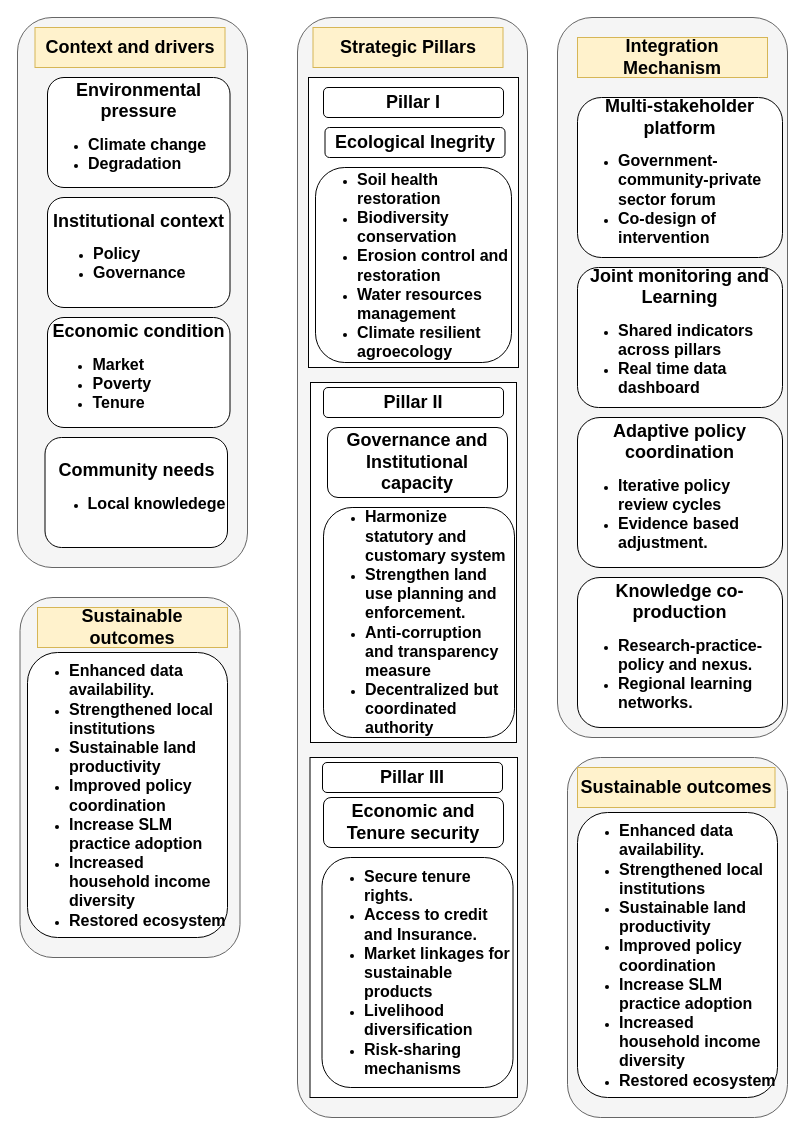
Above: comprehensiveflow.drawio in yemioke/PRISMA2020 (draw.io), before the change. Source tidied: cells renumbered, new cells numbered last; positions are measured from the earlier drawing's top-left corner, leaving out a move shared by most shapes. Both pictures are drawn from the tidied source at 100%, with x=0, y=0 at pixel (17, 17).
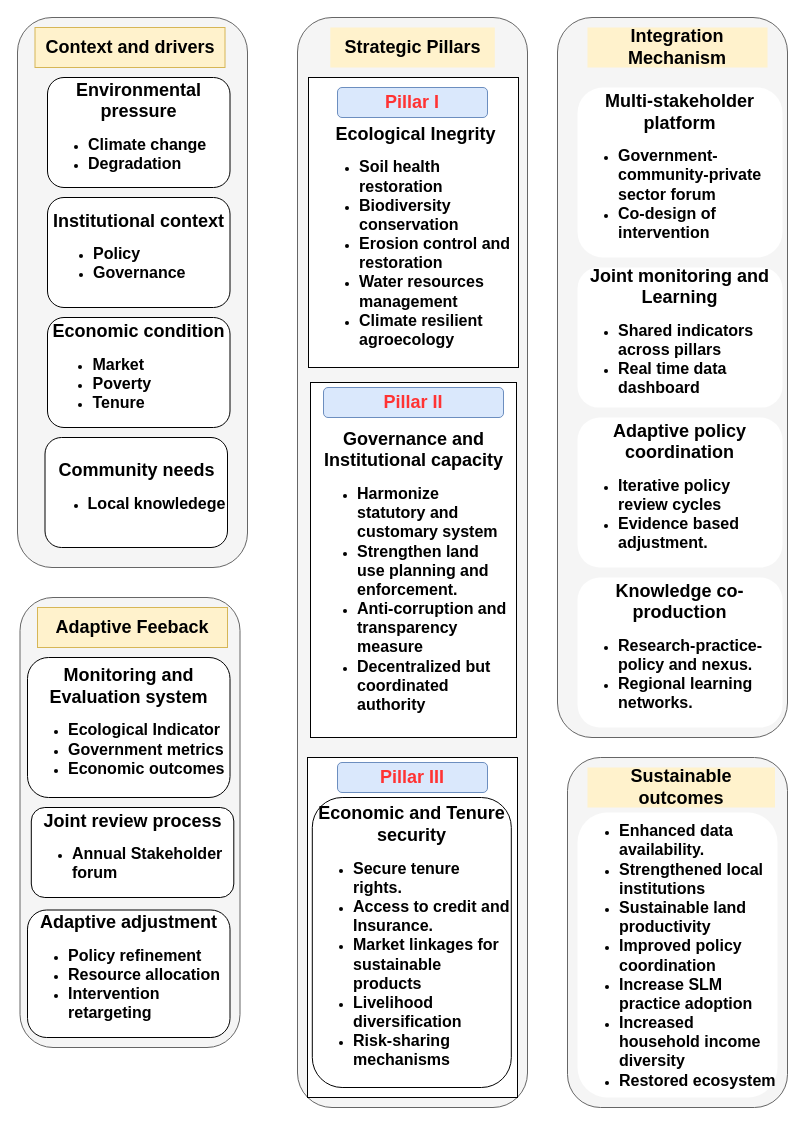
The same diagram, later.

What changed in the source:
```diff
@@
     <mxCell id="3" style="rounded=1;whiteSpace=wrap;html=1;fillColor=#f5f5f5;fontColor=#333333;strokeColor=#666666;" parent="1" vertex="1">
-      <mxGeometry x="280" width="230" height="1100" as="geometry" />
+      <mxGeometry x="280" width="230" height="1090" as="geometry" />
     </mxCell>
@@
-    <mxCell id="6" value="&lt;font style=&quot;font-size: 18px;&quot;&gt;&lt;b&gt;Strategic Pillars&lt;/b&gt;&lt;/font&gt;" style="rounded=0;whiteSpace=wrap;html=1;fillColor=#fff2cc;strokeColor=#d6b656;" parent="1" vertex="1">
-      <mxGeometry x="295.5" y="10" width="190" height="40" as="geometry" />
+    <mxCell id="6" value="&lt;font style=&quot;font-size: 18px;&quot;&gt;&lt;b&gt;Strategic Pillars&lt;/b&gt;&lt;/font&gt;" style="rounded=0;whiteSpace=wrap;html=1;fillColor=#fff2cc;strokeColor=none;" parent="1" vertex="1">
+      <mxGeometry x="312.8" y="10" width="164.5" height="40" as="geometry" />
     </mxCell>
@@
-    <mxCell id="8" value="&lt;font style=&quot;font-size: 18px;&quot;&gt;&lt;b style=&quot;&quot;&gt;Ecological Inegrity&lt;/b&gt;&lt;/font&gt;" style="rounded=1;whiteSpace=wrap;html=1;" parent="1" vertex="1">
-      <mxGeometry x="307.5" y="110" width="180" height="30" as="geometry" />
-    </mxCell>
-    <mxCell id="9" value="&lt;ul&gt;&lt;li&gt;&lt;font style=&quot;font-size: 16px;&quot;&gt;&lt;b&gt;Soil health restoration&lt;/b&gt;&lt;/font&gt;&lt;/li&gt;&lt;li&gt;&lt;font style=&quot;font-size: 16px;&quot;&gt;&lt;b&gt;Biodiversity conservation&lt;/b&gt;&lt;/font&gt;&lt;/li&gt;&lt;li&gt;&lt;font style=&quot;font-size: 16px;&quot;&gt;&lt;b&gt;Erosion control and restoration&lt;/b&gt;&lt;/font&gt;&lt;/li&gt;&lt;li&gt;&lt;font style=&quot;font-size: 16px;&quot;&gt;&lt;b&gt;Water resources management&lt;/b&gt;&lt;/font&gt;&lt;/li&gt;&lt;li&gt;&lt;font style=&quot;font-size: 16px;&quot;&gt;&lt;b&gt;Climate resilient agroecology&amp;nbsp;&lt;/b&gt;&lt;/font&gt;&lt;/li&gt;&lt;/ul&gt;" style="rounded=1;whiteSpace=wrap;html=1;align=left;" parent="1" vertex="1">
-      <mxGeometry x="298" y="150" width="196" height="195" as="geometry" />
-    </mxCell>
-    <mxCell id="10" value="&lt;font style=&quot;font-size: 18px;&quot;&gt;&lt;b style=&quot;&quot;&gt;Pillar I&lt;/b&gt;&lt;/font&gt;" style="rounded=1;whiteSpace=wrap;html=1;" parent="1" vertex="1">
-      <mxGeometry x="306" y="70" width="180" height="30" as="geometry" />
+    <mxCell id="10" value="&lt;font style=&quot;color: rgb(255, 51, 51); font-size: 18px;&quot;&gt;&lt;b style=&quot;&quot;&gt;Pillar I&lt;/b&gt;&lt;/font&gt;" style="rounded=1;whiteSpace=wrap;html=1;strokeColor=#6c8ebf;fillColor=#dae8fc;" parent="1" vertex="1">
+      <mxGeometry x="320" y="70" width="150" height="30" as="geometry" />
     </mxCell>
     <mxCell id="11" value="&lt;br&gt;&lt;div&gt;&lt;div&gt;&lt;div&gt;&lt;div&gt;&lt;br&gt;&lt;/div&gt;&lt;/div&gt;&lt;/div&gt;&lt;/div&gt;" style="rounded=0;whiteSpace=wrap;html=1;" parent="1" vertex="1">
-      <mxGeometry x="293" y="365" width="206" height="360" as="geometry" />
+      <mxGeometry x="293" y="365" width="206" height="355" as="geometry" />
     </mxCell>
     <mxCell id="12" value="&lt;br&gt;&lt;div&gt;&lt;div&gt;&lt;div&gt;&lt;div&gt;&lt;br&gt;&lt;/div&gt;&lt;/div&gt;&lt;/div&gt;&lt;/div&gt;" style="rounded=0;whiteSpace=wrap;html=1;" parent="1" vertex="1">
-      <mxGeometry x="292.5" y="740" width="207.5" height="340" as="geometry" />
+      <mxGeometry x="290" y="740" width="210" height="340" as="geometry" />
     </mxCell>
-    <mxCell id="13" value="&lt;font style=&quot;font-size: 18px;&quot;&gt;&lt;b style=&quot;&quot;&gt;Pillar II&lt;/b&gt;&lt;/font&gt;" style="rounded=1;whiteSpace=wrap;html=1;" parent="1" vertex="1">
+    <mxCell id="13" value="&lt;font style=&quot;font-size: 18px; color: rgb(255, 51, 51);&quot;&gt;&lt;b style=&quot;&quot;&gt;Pillar II&lt;/b&gt;&lt;/font&gt;" style="rounded=1;whiteSpace=wrap;html=1;strokeColor=#6c8ebf;fillColor=#dae8fc;" parent="1" vertex="1">
       <mxGeometry x="306" y="370" width="180" height="30" as="geometry" />
     </mxCell>
-    <mxCell id="14" value="&lt;font style=&quot;font-size: 18px;&quot;&gt;&lt;b style=&quot;&quot;&gt;Governance and Institutional capacity&lt;/b&gt;&lt;/font&gt;" style="rounded=1;whiteSpace=wrap;html=1;" parent="1" vertex="1">
-      <mxGeometry x="310" y="410" width="180" height="70" as="geometry" />
-    </mxCell>
-    <mxCell id="15" value="&lt;ul&gt;&lt;li&gt;&lt;font style=&quot;font-size: 16px;&quot;&gt;&lt;b&gt;Harmonize statutory and customary system&lt;/b&gt;&lt;/font&gt;&lt;/li&gt;&lt;li&gt;&lt;font style=&quot;font-size: 16px;&quot;&gt;&lt;b&gt;Strengthen land use planning and enforcement.&lt;/b&gt;&lt;/font&gt;&lt;/li&gt;&lt;li&gt;&lt;b style=&quot;background-color: transparent; color: light-dark(rgb(0, 0, 0), rgb(255, 255, 255)); font-size: 16px;&quot;&gt;Anti-corruption and transparency measure&lt;/b&gt;&lt;/li&gt;&lt;li&gt;&lt;b style=&quot;background-color: transparent; color: light-dark(rgb(0, 0, 0), rgb(255, 255, 255)); font-size: 16px;&quot;&gt;Decentralized but coordinated authority&amp;nbsp;&lt;/b&gt;&lt;/li&gt;&lt;/ul&gt;" style="rounded=1;whiteSpace=wrap;html=1;align=left;" parent="1" vertex="1">
-      <mxGeometry x="306" y="490" width="191" height="230" as="geometry" />
-    </mxCell>
-    <mxCell id="16" value="&lt;font style=&quot;font-size: 18px;&quot;&gt;&lt;b style=&quot;&quot;&gt;Pillar III&lt;/b&gt;&lt;/font&gt;" style="rounded=1;whiteSpace=wrap;html=1;" parent="1" vertex="1">
-      <mxGeometry x="305" y="745" width="180" height="30" as="geometry" />
+    <mxCell id="16" value="&lt;font style=&quot;font-size: 18px; color: rgb(255, 51, 51);&quot;&gt;&lt;b style=&quot;&quot;&gt;Pillar III&lt;/b&gt;&lt;/font&gt;" style="rounded=1;whiteSpace=wrap;html=1;fillColor=#dae8fc;strokeColor=#6c8ebf;" parent="1" vertex="1">
+      <mxGeometry x="320" y="745" width="150" height="30" as="geometry" />
     </mxCell>
-    <mxCell id="17" value="&lt;font style=&quot;font-size: 18px;&quot;&gt;&lt;b style=&quot;&quot;&gt;Economic and Tenure security&lt;/b&gt;&lt;/font&gt;" style="rounded=1;whiteSpace=wrap;html=1;" parent="1" vertex="1">
-      <mxGeometry x="306" y="780" width="180" height="50" as="geometry" />
-    </mxCell>
-    <mxCell id="18" value="&lt;ul&gt;&lt;li&gt;&lt;font style=&quot;font-size: 16px;&quot;&gt;&lt;b&gt;Secure tenure rights.&lt;/b&gt;&lt;/font&gt;&lt;/li&gt;&lt;li&gt;&lt;font style=&quot;font-size: 16px;&quot;&gt;&lt;b&gt;Access to credit and Insurance.&amp;nbsp;&lt;/b&gt;&lt;/font&gt;&lt;/li&gt;&lt;li&gt;&lt;b style=&quot;background-color: transparent; color: light-dark(rgb(0, 0, 0), rgb(255, 255, 255)); font-size: 16px;&quot;&gt;Market linkages for sustainable products&lt;/b&gt;&lt;/li&gt;&lt;li&gt;&lt;b style=&quot;background-color: transparent; color: light-dark(rgb(0, 0, 0), rgb(255, 255, 255)); font-size: 16px;&quot;&gt;Livelihood diversification&lt;/b&gt;&lt;/li&gt;&lt;li&gt;&lt;b style=&quot;background-color: transparent; color: light-dark(rgb(0, 0, 0), rgb(255, 255, 255)); font-size: 16px;&quot;&gt;Risk-sharing mechanisms&lt;/b&gt;&lt;/li&gt;&lt;/ul&gt;" style="rounded=1;whiteSpace=wrap;html=1;align=left;" parent="1" vertex="1">
-      <mxGeometry x="304.5" y="840" width="191" height="230" as="geometry" />
-    </mxCell>
-    <mxCell id="19" value="&lt;font style=&quot;font-size: 18px;&quot;&gt;&lt;b&gt;Integration Mechanism&lt;/b&gt;&lt;/font&gt;" style="rounded=0;whiteSpace=wrap;html=1;fillColor=#fff2cc;strokeColor=#d6b656;" parent="1" vertex="1">
-      <mxGeometry x="560" y="20" width="190" height="40" as="geometry" />
+    <mxCell id="19" value="&lt;font style=&quot;font-size: 18px;&quot;&gt;&lt;b&gt;Integration Mechanism&lt;/b&gt;&lt;/font&gt;" style="rounded=0;whiteSpace=wrap;html=1;fillColor=#fff2cc;strokeColor=none;" parent="1" vertex="1">
+      <mxGeometry x="570" y="10" width="180" height="40" as="geometry" />
     </mxCell>
-    <mxCell id="20" value="&lt;font style=&quot;font-size: 18px;&quot;&gt;&lt;b style=&quot;&quot;&gt;Multi-stakeholder platform&lt;/b&gt;&lt;/font&gt;&lt;div&gt;&lt;ul style=&quot;text-align: left;&quot;&gt;&lt;li&gt;&lt;span style=&quot;font-size: 16px;&quot;&gt;&lt;b&gt;Government-community-private sector forum&lt;/b&gt;&lt;/span&gt;&lt;/li&gt;&lt;li&gt;&lt;b style=&quot;font-size: 16px; background-color: transparent; color: light-dark(rgb(0, 0, 0), rgb(255, 255, 255));&quot;&gt;Co-design of intervention&lt;/b&gt;&lt;/li&gt;&lt;/ul&gt;&lt;/div&gt;" style="rounded=1;whiteSpace=wrap;html=1;" parent="1" vertex="1">
-      <mxGeometry x="560" y="80" width="205" height="160" as="geometry" />
+    <mxCell id="20" value="&lt;font style=&quot;font-size: 18px;&quot;&gt;&lt;b style=&quot;&quot;&gt;Multi-stakeholder platform&lt;/b&gt;&lt;/font&gt;&lt;div&gt;&lt;ul style=&quot;text-align: left;&quot;&gt;&lt;li&gt;&lt;span style=&quot;font-size: 16px;&quot;&gt;&lt;b&gt;Government-community-private sector forum&lt;/b&gt;&lt;/span&gt;&lt;/li&gt;&lt;li&gt;&lt;b style=&quot;font-size: 16px; background-color: transparent; color: light-dark(rgb(0, 0, 0), rgb(255, 255, 255));&quot;&gt;Co-design of intervention&lt;/b&gt;&lt;/li&gt;&lt;/ul&gt;&lt;/div&gt;" style="rounded=1;whiteSpace=wrap;html=1;strokeColor=none;" parent="1" vertex="1">
+      <mxGeometry x="560" y="70" width="205" height="170" as="geometry" />
     </mxCell>
-    <mxCell id="21" value="&lt;font style=&quot;font-size: 18px;&quot;&gt;&lt;b style=&quot;&quot;&gt;Joint monitoring and Learning&lt;/b&gt;&lt;/font&gt;&lt;div&gt;&lt;ul style=&quot;text-align: left;&quot;&gt;&lt;li&gt;&lt;span style=&quot;font-size: 16px;&quot;&gt;&lt;b&gt;Shared indicators across pillars&lt;/b&gt;&lt;/span&gt;&lt;/li&gt;&lt;li&gt;&lt;b style=&quot;font-size: 16px; background-color: transparent; color: light-dark(rgb(0, 0, 0), rgb(255, 255, 255));&quot;&gt;Real time data dashboard&lt;/b&gt;&lt;/li&gt;&lt;/ul&gt;&lt;/div&gt;" style="rounded=1;whiteSpace=wrap;html=1;" parent="1" vertex="1">
+    <mxCell id="21" value="&lt;font style=&quot;font-size: 18px;&quot;&gt;&lt;b style=&quot;&quot;&gt;Joint monitoring and Learning&lt;/b&gt;&lt;/font&gt;&lt;div&gt;&lt;ul style=&quot;text-align: left;&quot;&gt;&lt;li&gt;&lt;span style=&quot;font-size: 16px;&quot;&gt;&lt;b&gt;Shared indicators across pillars&lt;/b&gt;&lt;/span&gt;&lt;/li&gt;&lt;li&gt;&lt;b style=&quot;font-size: 16px; background-color: transparent; color: light-dark(rgb(0, 0, 0), rgb(255, 255, 255));&quot;&gt;Real time data dashboard&lt;/b&gt;&lt;/li&gt;&lt;/ul&gt;&lt;/div&gt;" style="rounded=1;whiteSpace=wrap;html=1;strokeColor=none;" parent="1" vertex="1">
       <mxGeometry x="560" y="250" width="205" height="140" as="geometry" />
     </mxCell>
-    <mxCell id="22" value="&lt;font style=&quot;font-size: 18px;&quot;&gt;&lt;b style=&quot;&quot;&gt;Adaptive policy coordination&lt;/b&gt;&lt;/font&gt;&lt;div&gt;&lt;ul style=&quot;text-align: left;&quot;&gt;&lt;li&gt;&lt;span style=&quot;font-size: 16px;&quot;&gt;&lt;b&gt;Iterative policy review cycles&lt;/b&gt;&lt;/span&gt;&lt;/li&gt;&lt;li&gt;&lt;span style=&quot;font-size: 16px;&quot;&gt;&lt;b&gt;Evidence based adjustment.&lt;/b&gt;&lt;/span&gt;&lt;/li&gt;&lt;/ul&gt;&lt;/div&gt;" style="rounded=1;whiteSpace=wrap;html=1;" parent="1" vertex="1">
+    <mxCell id="22" value="&lt;font style=&quot;font-size: 18px;&quot;&gt;&lt;b style=&quot;&quot;&gt;Adaptive policy coordination&lt;/b&gt;&lt;/font&gt;&lt;div&gt;&lt;ul style=&quot;text-align: left;&quot;&gt;&lt;li&gt;&lt;span style=&quot;font-size: 16px;&quot;&gt;&lt;b&gt;Iterative policy review cycles&lt;/b&gt;&lt;/span&gt;&lt;/li&gt;&lt;li&gt;&lt;span style=&quot;font-size: 16px;&quot;&gt;&lt;b&gt;Evidence based adjustment.&lt;/b&gt;&lt;/span&gt;&lt;/li&gt;&lt;/ul&gt;&lt;/div&gt;" style="rounded=1;whiteSpace=wrap;html=1;strokeColor=none;" parent="1" vertex="1">
       <mxGeometry x="560" y="400" width="205" height="150" as="geometry" />
     </mxCell>
-    <mxCell id="23" value="&lt;span style=&quot;font-size: 18px;&quot;&gt;&lt;b&gt;Knowledge co-production&lt;/b&gt;&lt;/span&gt;&lt;br&gt;&lt;div&gt;&lt;ul style=&quot;text-align: left;&quot;&gt;&lt;li&gt;&lt;span style=&quot;font-size: 16px;&quot;&gt;&lt;b&gt;Research-practice-policy and nexus.&lt;/b&gt;&lt;/span&gt;&lt;/li&gt;&lt;li&gt;&lt;span style=&quot;font-size: 16px;&quot;&gt;&lt;b&gt;Regional learning networks.&lt;/b&gt;&lt;/span&gt;&lt;/li&gt;&lt;/ul&gt;&lt;/div&gt;" style="rounded=1;whiteSpace=wrap;html=1;" parent="1" vertex="1">
+    <mxCell id="23" value="&lt;span style=&quot;font-size: 18px;&quot;&gt;&lt;b&gt;Knowledge co-production&lt;/b&gt;&lt;/span&gt;&lt;br&gt;&lt;div&gt;&lt;ul style=&quot;text-align: left;&quot;&gt;&lt;li&gt;&lt;span style=&quot;font-size: 16px;&quot;&gt;&lt;b&gt;Research-practice-policy and nexus.&lt;/b&gt;&lt;/span&gt;&lt;/li&gt;&lt;li&gt;&lt;span style=&quot;font-size: 16px;&quot;&gt;&lt;b&gt;Regional learning networks.&lt;/b&gt;&lt;/span&gt;&lt;/li&gt;&lt;/ul&gt;&lt;/div&gt;" style="rounded=1;whiteSpace=wrap;html=1;strokeColor=none;" parent="1" vertex="1">
       <mxGeometry x="560" y="560" width="205" height="150" as="geometry" />
     </mxCell>
     <mxCell id="24" style="rounded=1;whiteSpace=wrap;html=1;fillColor=#f5f5f5;fontColor=#333333;strokeColor=#666666;" parent="1" vertex="1">
-      <mxGeometry x="550" y="740" width="220" height="360" as="geometry" />
+      <mxGeometry x="550" y="740" width="220" height="350" as="geometry" />
     </mxCell>
-    <mxCell id="25" value="&lt;font style=&quot;font-size: 18px;&quot;&gt;&lt;b&gt;Sustainable outcomes&lt;/b&gt;&lt;/font&gt;" style="rounded=0;whiteSpace=wrap;html=1;fillColor=#fff2cc;strokeColor=#d6b656;" parent="1" vertex="1">
-      <mxGeometry x="560" y="750" width="197.5" height="40" as="geometry" />
+    <mxCell id="25" value="&lt;font style=&quot;font-size: 18px;&quot;&gt;&lt;b&gt;Sustainable outcomes&lt;/b&gt;&lt;/font&gt;" style="rounded=0;whiteSpace=wrap;html=1;fillColor=#fff2cc;strokeColor=none;" parent="1" vertex="1">
+      <mxGeometry x="570" y="750" width="187.5" height="40" as="geometry" />
     </mxCell>
-    <mxCell id="26" value="&lt;ul&gt;&lt;li&gt;&lt;font style=&quot;font-size: 16px;&quot;&gt;&lt;b&gt;Enhanced data availability.&amp;nbsp;&amp;nbsp;&lt;/b&gt;&lt;/font&gt;&lt;/li&gt;&lt;li&gt;&lt;span style=&quot;font-size: 16px;&quot;&gt;&lt;b&gt;Strengthened local institutions&lt;/b&gt;&lt;/span&gt;&lt;/li&gt;&lt;li&gt;&lt;b style=&quot;background-color: transparent; color: light-dark(rgb(0, 0, 0), rgb(255, 255, 255)); font-size: 16px;&quot;&gt;Sustainable land productivity&lt;/b&gt;&lt;/li&gt;&lt;li&gt;&lt;span style=&quot;font-size: 16px;&quot;&gt;&lt;b&gt;Improved policy coordination&lt;/b&gt;&lt;/span&gt;&lt;/li&gt;&lt;li&gt;&lt;span style=&quot;font-size: 16px;&quot;&gt;&lt;b&gt;Increase SLM practice adoption&lt;/b&gt;&lt;/span&gt;&lt;/li&gt;&lt;li&gt;&lt;span style=&quot;font-size: 16px;&quot;&gt;&lt;b&gt;Increased household income diversity&lt;/b&gt;&lt;/span&gt;&lt;/li&gt;&lt;li&gt;&lt;span style=&quot;font-size: 16px;&quot;&gt;&lt;b&gt;Restored ecosystem&lt;/b&gt;&lt;/span&gt;&lt;/li&gt;&lt;/ul&gt;" style="rounded=1;whiteSpace=wrap;html=1;align=left;" parent="1" vertex="1">
+    <mxCell id="26" value="&lt;ul&gt;&lt;li&gt;&lt;font style=&quot;font-size: 16px;&quot;&gt;&lt;b&gt;Enhanced data availability.&amp;nbsp;&amp;nbsp;&lt;/b&gt;&lt;/font&gt;&lt;/li&gt;&lt;li&gt;&lt;span style=&quot;font-size: 16px;&quot;&gt;&lt;b&gt;Strengthened local institutions&lt;/b&gt;&lt;/span&gt;&lt;/li&gt;&lt;li&gt;&lt;b style=&quot;background-color: transparent; color: light-dark(rgb(0, 0, 0), rgb(255, 255, 255)); font-size: 16px;&quot;&gt;Sustainable land productivity&lt;/b&gt;&lt;/li&gt;&lt;li&gt;&lt;span style=&quot;font-size: 16px;&quot;&gt;&lt;b&gt;Improved policy coordination&lt;/b&gt;&lt;/span&gt;&lt;/li&gt;&lt;li&gt;&lt;span style=&quot;font-size: 16px;&quot;&gt;&lt;b&gt;Increase SLM practice adoption&lt;/b&gt;&lt;/span&gt;&lt;/li&gt;&lt;li&gt;&lt;span style=&quot;font-size: 16px;&quot;&gt;&lt;b&gt;Increased household income diversity&lt;/b&gt;&lt;/span&gt;&lt;/li&gt;&lt;li&gt;&lt;span style=&quot;font-size: 16px;&quot;&gt;&lt;b&gt;Restored ecosystem&lt;/b&gt;&lt;/span&gt;&lt;/li&gt;&lt;/ul&gt;" style="rounded=1;whiteSpace=wrap;html=1;align=left;strokeColor=none;" parent="1" vertex="1">
       <mxGeometry x="560" y="795" width="200" height="285" as="geometry" />
     </mxCell>
@@
     <mxCell id="31" style="rounded=1;whiteSpace=wrap;html=1;fillColor=#f5f5f5;fontColor=#333333;strokeColor=#666666;" parent="1" vertex="1">
-      <mxGeometry x="2.5" y="580" width="220" height="360" as="geometry" />
+      <mxGeometry x="2.5" y="580" width="220" height="450" as="geometry" />
     </mxCell>
-    <mxCell id="32" value="&lt;font style=&quot;font-size: 18px;&quot;&gt;&lt;b&gt;Sustainable outcomes&lt;/b&gt;&lt;/font&gt;" style="rounded=0;whiteSpace=wrap;html=1;fillColor=#fff2cc;strokeColor=#d6b656;" parent="1" vertex="1">
+    <mxCell id="32" value="&lt;font style=&quot;font-size: 18px;&quot;&gt;&lt;b&gt;Adaptive Feeback&lt;/b&gt;&lt;/font&gt;" style="rounded=0;whiteSpace=wrap;html=1;fillColor=#fff2cc;strokeColor=#d6b656;" parent="1" vertex="1">
       <mxGeometry x="20" y="590" width="190" height="40" as="geometry" />
     </mxCell>
-    <mxCell id="33" value="&lt;ul&gt;&lt;li&gt;&lt;font style=&quot;font-size: 16px;&quot;&gt;&lt;b&gt;Enhanced data availability.&amp;nbsp;&amp;nbsp;&lt;/b&gt;&lt;/font&gt;&lt;/li&gt;&lt;li&gt;&lt;span style=&quot;font-size: 16px;&quot;&gt;&lt;b&gt;Strengthened local institutions&lt;/b&gt;&lt;/span&gt;&lt;/li&gt;&lt;li&gt;&lt;b style=&quot;background-color: transparent; color: light-dark(rgb(0, 0, 0), rgb(255, 255, 255)); font-size: 16px;&quot;&gt;Sustainable land productivity&lt;/b&gt;&lt;/li&gt;&lt;li&gt;&lt;span style=&quot;font-size: 16px;&quot;&gt;&lt;b&gt;Improved policy coordination&lt;/b&gt;&lt;/span&gt;&lt;/li&gt;&lt;li&gt;&lt;span style=&quot;font-size: 16px;&quot;&gt;&lt;b&gt;Increase SLM practice adoption&lt;/b&gt;&lt;/span&gt;&lt;/li&gt;&lt;li&gt;&lt;span style=&quot;font-size: 16px;&quot;&gt;&lt;b&gt;Increased household income diversity&lt;/b&gt;&lt;/span&gt;&lt;/li&gt;&lt;li&gt;&lt;span style=&quot;font-size: 16px;&quot;&gt;&lt;b&gt;Restored ecosystem&lt;/b&gt;&lt;/span&gt;&lt;/li&gt;&lt;/ul&gt;" style="rounded=1;whiteSpace=wrap;html=1;align=left;" parent="1" vertex="1">
-      <mxGeometry x="10" y="635" width="200" height="285" as="geometry" />
-    </mxCell>
+    <mxCell id="34" value="&lt;span style=&quot;font-size: 18px;&quot;&gt;&lt;b&gt;Monitoring and Evaluation system&lt;/b&gt;&lt;/span&gt;&lt;br&gt;&lt;div&gt;&lt;ul style=&quot;text-align: left;&quot;&gt;&lt;li&gt;&lt;span style=&quot;font-size: 16px;&quot;&gt;&lt;b&gt;Ecological Indicator&lt;/b&gt;&lt;/span&gt;&lt;/li&gt;&lt;li&gt;&lt;span style=&quot;font-size: 16px;&quot;&gt;&lt;b&gt;Government metrics&lt;/b&gt;&lt;/span&gt;&lt;/li&gt;&lt;li&gt;&lt;span style=&quot;font-size: 16px;&quot;&gt;&lt;b&gt;Economic outcomes&lt;/b&gt;&lt;/span&gt;&lt;/li&gt;&lt;/ul&gt;&lt;/div&gt;" style="rounded=1;whiteSpace=wrap;html=1;" parent="1" vertex="1">
+      <mxGeometry x="10" y="640" width="202.5" height="140" as="geometry" />
+    </mxCell>
+    <mxCell id="35" value="&lt;span style=&quot;font-size: 18px;&quot;&gt;&lt;b&gt;Joint review process&lt;/b&gt;&lt;/span&gt;&lt;br&gt;&lt;div&gt;&lt;ul style=&quot;text-align: left;&quot;&gt;&lt;li&gt;&lt;span style=&quot;font-size: 16px;&quot;&gt;&lt;b&gt;Annual Stakeholder forum&lt;/b&gt;&lt;/span&gt;&lt;/li&gt;&lt;/ul&gt;&lt;/div&gt;" style="rounded=1;whiteSpace=wrap;html=1;" parent="1" vertex="1">
+      <mxGeometry x="13.8" y="790" width="202.5" height="90" as="geometry" />
+    </mxCell>
+    <mxCell id="36" value="&lt;span style=&quot;font-size: 18px;&quot;&gt;&lt;b&gt;Adaptive adjustment&lt;/b&gt;&lt;/span&gt;&lt;br&gt;&lt;div&gt;&lt;ul style=&quot;text-align: left;&quot;&gt;&lt;li&gt;&lt;span style=&quot;font-size: 16px;&quot;&gt;&lt;b&gt;Policy refinement&lt;/b&gt;&lt;/span&gt;&lt;/li&gt;&lt;li&gt;&lt;span style=&quot;font-size: 16px;&quot;&gt;&lt;b&gt;Resource allocation&lt;/b&gt;&lt;/span&gt;&lt;/li&gt;&lt;li&gt;&lt;span style=&quot;font-size: 16px;&quot;&gt;&lt;b&gt;Intervention retargeting&lt;/b&gt;&lt;/span&gt;&lt;/li&gt;&lt;/ul&gt;&lt;/div&gt;" style="rounded=1;whiteSpace=wrap;html=1;" parent="1" vertex="1">
+      <mxGeometry x="10" y="892.5" width="202.5" height="127.5" as="geometry" />
+    </mxCell>
+    <mxCell id="37" value="&lt;font style=&quot;font-size: 18px;&quot;&gt;&lt;b&gt;Ecological Inegrity&lt;/b&gt;&lt;/font&gt;&lt;div&gt;&lt;ul style=&quot;text-align: left;&quot;&gt;&lt;li&gt;&lt;font style=&quot;font-size: 16px;&quot;&gt;&lt;b&gt;Soil health restoration&lt;/b&gt;&lt;/font&gt;&lt;/li&gt;&lt;li&gt;&lt;font style=&quot;font-size: 16px;&quot;&gt;&lt;b&gt;Biodiversity conservation&lt;/b&gt;&lt;/font&gt;&lt;/li&gt;&lt;li&gt;&lt;font style=&quot;font-size: 16px;&quot;&gt;&lt;b&gt;Erosion control and restoration&lt;/b&gt;&lt;/font&gt;&lt;/li&gt;&lt;li&gt;&lt;font style=&quot;font-size: 16px;&quot;&gt;&lt;b&gt;Water resources management&lt;/b&gt;&lt;/font&gt;&lt;/li&gt;&lt;li&gt;&lt;font style=&quot;font-size: 16px;&quot;&gt;&lt;b&gt;Climate resilient agroecology&amp;nbsp;&lt;/b&gt;&lt;/font&gt;&lt;/li&gt;&lt;/ul&gt;&lt;/div&gt;" style="rounded=1;whiteSpace=wrap;html=1;strokeColor=none;" parent="1" vertex="1">
+      <mxGeometry x="300.5" y="110" width="195" height="230" as="geometry" />
+    </mxCell>
+    <mxCell id="38" value="&lt;font style=&quot;font-size: 18px;&quot;&gt;&lt;b&gt;Governance and Institutional capacity&lt;/b&gt;&lt;/font&gt;&lt;div&gt;&lt;ul style=&quot;text-align: left;&quot;&gt;&lt;li&gt;&lt;font style=&quot;font-size: 16px;&quot;&gt;&lt;b&gt;Harmonize statutory and customary system&lt;/b&gt;&lt;/font&gt;&lt;/li&gt;&lt;li&gt;&lt;font style=&quot;font-size: 16px;&quot;&gt;&lt;b&gt;Strengthen land use planning and enforcement.&lt;/b&gt;&lt;/font&gt;&lt;/li&gt;&lt;li&gt;&lt;b style=&quot;background-color: transparent; color: light-dark(rgb(0, 0, 0), rgb(255, 255, 255)); font-size: 16px;&quot;&gt;Anti-corruption and transparency measure&lt;/b&gt;&lt;/li&gt;&lt;li&gt;&lt;b style=&quot;background-color: transparent; color: light-dark(rgb(0, 0, 0), rgb(255, 255, 255)); font-size: 16px;&quot;&gt;Decentralized but coordinated authority&amp;nbsp;&lt;/b&gt;&lt;/li&gt;&lt;/ul&gt;&lt;/div&gt;" style="rounded=1;whiteSpace=wrap;html=1;strokeColor=none;" parent="1" vertex="1">
+      <mxGeometry x="298.8" y="410" width="195" height="300" as="geometry" />
+    </mxCell>
+    <mxCell id="39" value="&lt;font style=&quot;font-size: 18px;&quot;&gt;&lt;b&gt;Economic and Tenure security&lt;/b&gt;&lt;/font&gt;&lt;div&gt;&lt;ul style=&quot;text-align: left;&quot;&gt;&lt;li&gt;&lt;font style=&quot;font-size: 16px;&quot;&gt;&lt;b&gt;Secure tenure rights.&lt;/b&gt;&lt;/font&gt;&lt;/li&gt;&lt;li&gt;&lt;font style=&quot;font-size: 16px;&quot;&gt;&lt;b&gt;Access to credit and Insurance.&amp;nbsp;&lt;/b&gt;&lt;/font&gt;&lt;/li&gt;&lt;li&gt;&lt;b style=&quot;background-color: transparent; color: light-dark(rgb(0, 0, 0), rgb(255, 255, 255)); font-size: 16px;&quot;&gt;Market linkages for sustainable products&lt;/b&gt;&lt;/li&gt;&lt;li&gt;&lt;b style=&quot;background-color: transparent; color: light-dark(rgb(0, 0, 0), rgb(255, 255, 255)); font-size: 16px;&quot;&gt;Livelihood diversification&lt;/b&gt;&lt;/li&gt;&lt;li&gt;&lt;b style=&quot;background-color: transparent; color: light-dark(rgb(0, 0, 0), rgb(255, 255, 255)); font-size: 16px;&quot;&gt;Risk-sharing mechanisms&lt;/b&gt;&lt;/li&gt;&lt;/ul&gt;&lt;/div&gt;" style="rounded=1;whiteSpace=wrap;html=1;" parent="1" vertex="1">
+      <mxGeometry x="294.8" y="780" width="199" height="290" as="geometry" />
+    </mxCell>
```
